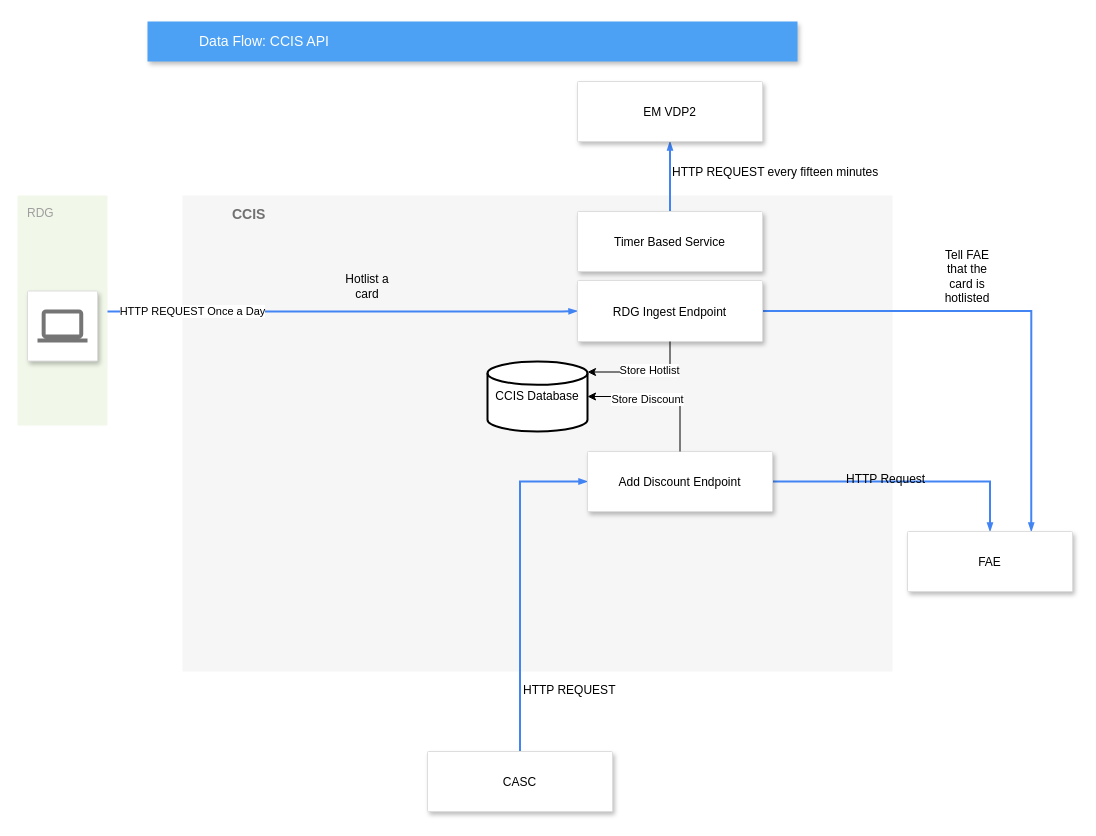
mattwatts36/drawings keeps this draw.io diagram as CCIS-API.drawio. Above is the earlier version. Source tidied: cells renumbered, new cells numbered last; positions are measured from the earlier drawing's top-left corner, leaving out a move shared by most shapes. Both pictures are drawn from the tidied source at 100%, with x=0, y=0 at pixel (17, 21).
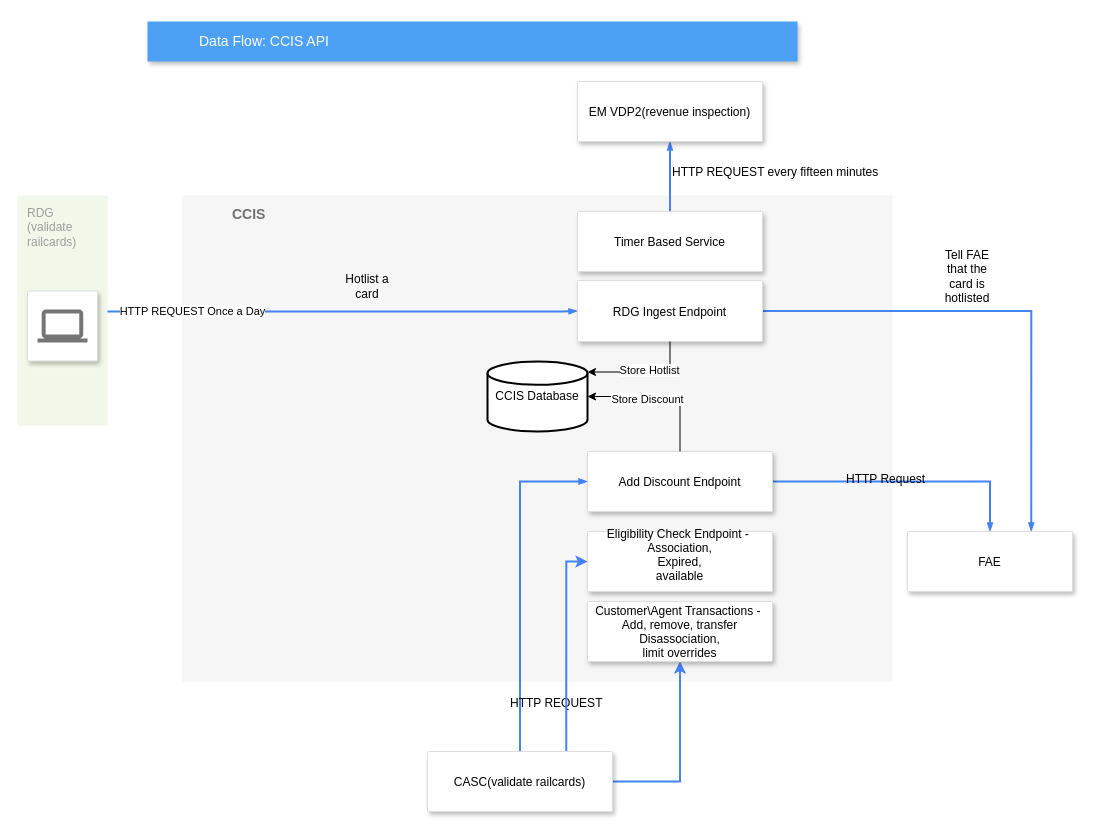
Above is the later version.

Commit message:
Add more details about the CASC endpoints

The change refers to these unchanged cells:
```xml
<mxCell id="11" style="edgeStyle=orthogonalEdgeStyle;rounded=0;jettySize=auto;html=1;entryX=0;entryY=0.5;entryDx=0;entryDy=0;strokeColor=#4284F3;dashed=0;strokeWidth=2;align=left;verticalAlign=middle;fontFamily=Helvetica;fontSize=12;fontColor=#000000;labelBackgroundColor=none;elbow=vertical;startFill=1;startSize=4;endArrow=blockThin;endFill=1;endSize=4;" parent="1" edge="1" source="13" target="16">
  <mxGeometry relative="1" as="geometry" />
</mxCell>
<mxCell id="17" style="group;" parent="1" vertex="1">
  <mxGeometry y="174" width="90" height="230" as="geometry" />
</mxCell>
```

Change to the diagram source:
```diff
@@
     <mxCell id="2" value="&lt;b&gt;CCIS&lt;/b&gt;" style="fillColor=#F6F6F6;strokeColor=none;shadow=0;gradientColor=none;fontSize=14;align=left;spacing=10;fontColor=#717171;9E9E9E;verticalAlign=top;spacingTop=-4;fontStyle=0;spacingLeft=40;html=1;" parent="1" vertex="1">
-      <mxGeometry x="165" y="174" width="710" height="476" as="geometry" />
+      <mxGeometry x="165" y="174" width="710" height="486" as="geometry" />
     </mxCell>
@@
-    <mxCell id="10" value="EM VDP2" style="strokeColor=#dddddd;shadow=1;strokeWidth=1;rounded=1;absoluteArcSize=1;arcSize=2;" parent="1" vertex="1">
+    <mxCell id="10" value="EM VDP2(revenue inspection)" style="strokeColor=#dddddd;shadow=1;strokeWidth=1;rounded=1;absoluteArcSize=1;arcSize=2;" parent="1" vertex="1">
       <mxGeometry x="560" y="60" width="185" height="60" as="geometry" />
     </mxCell>
@@
     <mxCell id="12" value="HTTP REQUEST" style="edgeLabel;html=1;align=left;verticalAlign=middle;rounded=0;dashed=0;strokeColor=#4284F3;strokeWidth=2;fontFamily=Helvetica;fontSize=12;fontColor=#000000;labelBackgroundColor=none;" parent="11" vertex="1">
-      <mxGeometry x="-0.63" y="-1" relative="1" as="geometry" />
+      <mxGeometry x="-0.63" y="-1" relative="1" as="geometry">
+        <mxPoint x="-13" y="13" as="offset" />
+      </mxGeometry>
     </mxCell>
+    <mxCell id="30" style="edgeStyle=orthogonalEdgeStyle;rounded=0;jettySize=auto;html=1;exitX=0.75;exitY=0;exitDx=0;exitDy=0;entryX=0;entryY=0.5;entryDx=0;entryDy=0;strokeWidth=2;strokeColor=#4284F3;" parent="1" edge="1" source="13" target="32">
+      <mxGeometry relative="1" as="geometry" />
+    </mxCell>
+    <mxCell id="31" style="edgeStyle=orthogonalEdgeStyle;rounded=0;jettySize=auto;html=1;exitX=1;exitY=0.5;exitDx=0;exitDy=0;entryX=0.5;entryY=1;entryDx=0;entryDy=0;strokeWidth=2;strokeColor=#4284F3;" parent="1" edge="1" source="13" target="33">
+      <mxGeometry relative="1" as="geometry" />
+    </mxCell>
-    <mxCell id="13" value="CASC" style="strokeColor=#dddddd;shadow=1;strokeWidth=1;rounded=1;absoluteArcSize=1;arcSize=2;" parent="1" vertex="1">
+    <mxCell id="13" value="CASC(validate railcards)" style="strokeColor=#dddddd;shadow=1;strokeWidth=1;rounded=1;absoluteArcSize=1;arcSize=2;" parent="1" vertex="1">
       <mxGeometry x="410" y="730" width="185" height="60" as="geometry" />
     </mxCell>
@@
-    <mxCell id="18" value="RDG" style="rounded=1;absoluteArcSize=1;arcSize=2;html=1;strokeColor=none;gradientColor=none;shadow=0;dashed=0;fontSize=12;fontColor=#9E9E9E;align=left;verticalAlign=top;spacing=10;spacingTop=-4;fillColor=#F1F8E9;" parent="17" vertex="1">
+    <mxCell id="18" value="RDG&lt;div&gt;(validate&amp;nbsp;&lt;/div&gt;&lt;div&gt;railcards)&lt;/div&gt;" style="rounded=1;absoluteArcSize=1;arcSize=2;html=1;strokeColor=none;gradientColor=none;shadow=0;dashed=0;fontSize=12;fontColor=#9E9E9E;align=left;verticalAlign=top;spacing=10;spacingTop=-4;fillColor=#F1F8E9;" parent="17" vertex="1">
       <mxGeometry width="90" height="230" as="geometry" />
     </mxCell>
@@
+    <mxCell id="32" value="Eligibility Check Endpoint - &#10;Association,&#10;Expired,&#10;available&#10; " style="strokeColor=#dddddd;shadow=1;strokeWidth=1;rounded=1;absoluteArcSize=1;arcSize=2;" parent="1" vertex="1">
+      <mxGeometry x="570" y="510" width="185" height="60" as="geometry" />
+    </mxCell>
+    <mxCell id="33" value="Customer\Agent Transactions - &#10;Add, remove, transfer&#10;Disassociation,&#10;limit overrides" style="strokeColor=#dddddd;shadow=1;strokeWidth=1;rounded=1;absoluteArcSize=1;arcSize=2;" parent="1" vertex="1">
+      <mxGeometry x="570" y="580" width="185" height="60" as="geometry" />
+    </mxCell>
```
